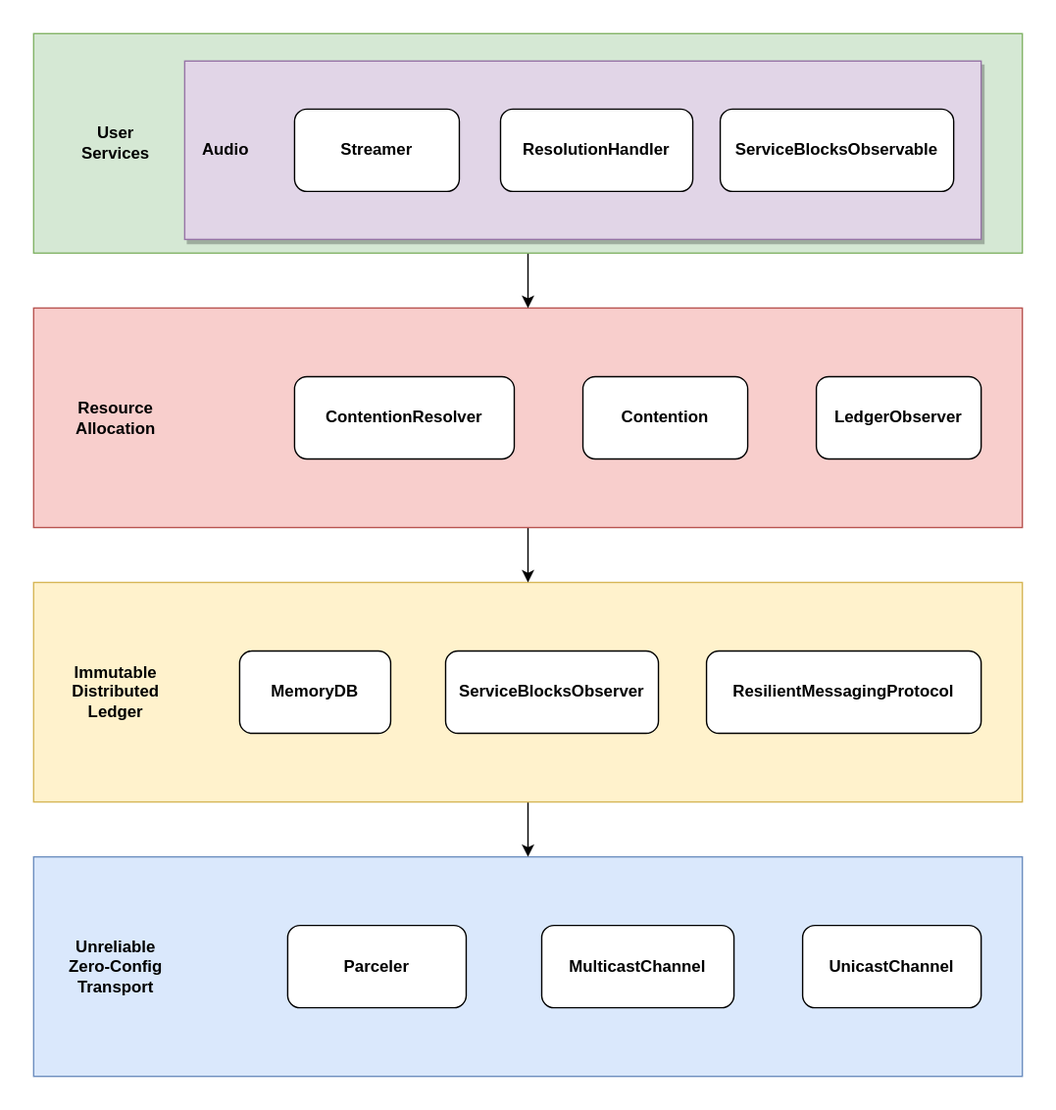
This is assets/architecture_highlevel.svg from Elvis10ten/pcas, a draw.io export, as it was before one commit. Source tidied: cells renumbered, new cells last; positions are measured from the earlier drawing's top-left corner, leaving out a move shared by most shapes. The source it was exported from:
```xml
<mxGraphModel>
  <root>
    <mxCell id="0" />
    <mxCell id="1" parent="0" />
    <mxCell id="2" style="rounded=0;whiteSpace=wrap;html=1;fillColor=#dae8fc;strokeColor=#6c8ebf;" parent="1" vertex="1">
      <mxGeometry y="600" width="720" height="160" as="geometry" />
    </mxCell>
    <mxCell id="3" style="edgeStyle=orthogonalEdgeStyle;rounded=0;jettySize=auto;html=1;entryX=0.5;entryY=0;entryDx=0;entryDy=0;" parent="1" edge="1" source="4" target="2">
      <mxGeometry relative="1" as="geometry" />
    </mxCell>
    <mxCell id="4" style="rounded=0;whiteSpace=wrap;html=1;fillColor=#fff2cc;strokeColor=#d6b656;" parent="1" vertex="1">
      <mxGeometry y="400" width="720" height="160" as="geometry" />
    </mxCell>
    <mxCell id="5" style="edgeStyle=orthogonalEdgeStyle;rounded=0;jettySize=auto;html=1;entryX=0.5;entryY=0;entryDx=0;entryDy=0;" parent="1" edge="1" source="6" target="4">
      <mxGeometry relative="1" as="geometry" />
    </mxCell>
    <mxCell id="6" style="rounded=0;whiteSpace=wrap;html=1;fillColor=#f8cecc;strokeColor=#b85450;" parent="1" vertex="1">
      <mxGeometry y="200" width="720" height="160" as="geometry" />
    </mxCell>
    <mxCell id="7" style="edgeStyle=orthogonalEdgeStyle;rounded=0;jettySize=auto;html=1;entryX=0.5;entryY=0;entryDx=0;entryDy=0;" parent="1" edge="1" source="8" target="6">
      <mxGeometry relative="1" as="geometry" />
    </mxCell>
    <mxCell id="8" style="rounded=0;whiteSpace=wrap;html=1;fillColor=#d5e8d4;strokeColor=#82b366;" parent="1" vertex="1">
      <mxGeometry width="720" height="160" as="geometry" />
    </mxCell>
    <mxCell id="9" value="&lt;b&gt;Unreliable Zero-Config Transport&lt;/b&gt;" style="text;html=1;strokeColor=none;fillColor=none;align=center;verticalAlign=middle;whiteSpace=wrap;rounded=0;" parent="1" vertex="1">
      <mxGeometry x="15" y="665" width="90" height="30" as="geometry" />
    </mxCell>
    <mxCell id="10" value="&lt;b&gt;MulticastChannel&lt;/b&gt;" style="rounded=1;whiteSpace=wrap;html=1;" parent="1" vertex="1">
      <mxGeometry x="370" y="650" width="140" height="60" as="geometry" />
    </mxCell>
    <mxCell id="11" value="&lt;b&gt;UnicastChannel&lt;/b&gt;" style="rounded=1;whiteSpace=wrap;html=1;" parent="1" vertex="1">
      <mxGeometry x="560" y="650" width="130" height="60" as="geometry" />
    </mxCell>
    <mxCell id="12" value="&lt;b&gt;Immutable Distributed Ledger&lt;/b&gt;" style="text;html=1;strokeColor=none;fillColor=none;align=center;verticalAlign=middle;whiteSpace=wrap;rounded=0;" parent="1" vertex="1">
      <mxGeometry x="10" y="470" width="100" height="20" as="geometry" />
    </mxCell>
    <mxCell id="13" value="&lt;b&gt;Resource Allocation&lt;/b&gt;" style="text;html=1;strokeColor=none;fillColor=none;align=center;verticalAlign=middle;whiteSpace=wrap;rounded=0;" parent="1" vertex="1">
      <mxGeometry x="5" y="270" width="110" height="20" as="geometry" />
    </mxCell>
    <mxCell id="14" value="&lt;b&gt;User Services&lt;/b&gt;" style="text;html=1;strokeColor=none;fillColor=none;align=center;verticalAlign=middle;whiteSpace=wrap;rounded=0;" parent="1" vertex="1">
      <mxGeometry x="20" y="70" width="80" height="20" as="geometry" />
    </mxCell>
    <mxCell id="15" value="&lt;b&gt;ResilientMessagingProtocol&lt;/b&gt;" style="rounded=1;whiteSpace=wrap;html=1;" parent="1" vertex="1">
      <mxGeometry x="490" y="450" width="200" height="60" as="geometry" />
    </mxCell>
    <mxCell id="16" value="&lt;b&gt;ServiceBlocksObserver&lt;/b&gt;" style="rounded=1;whiteSpace=wrap;html=1;" parent="1" vertex="1">
      <mxGeometry x="300" y="450" width="155" height="60" as="geometry" />
    </mxCell>
    <mxCell id="17" value="&lt;b&gt;MemoryDB&lt;/b&gt;" style="rounded=1;whiteSpace=wrap;html=1;" parent="1" vertex="1">
      <mxGeometry x="150" y="450" width="110" height="60" as="geometry" />
    </mxCell>
    <mxCell id="18" value="&lt;b&gt;Contention&lt;/b&gt;" style="rounded=1;whiteSpace=wrap;html=1;" parent="1" vertex="1">
      <mxGeometry x="400" y="250" width="120" height="60" as="geometry" />
    </mxCell>
    <mxCell id="19" value="&lt;b&gt;ContentionResolver&lt;/b&gt;" style="rounded=1;whiteSpace=wrap;html=1;" parent="1" vertex="1">
      <mxGeometry x="190" y="250" width="160" height="60" as="geometry" />
    </mxCell>
    <mxCell id="20" style="rounded=0;whiteSpace=wrap;html=1;fillColor=#e1d5e7;strokeColor=#9673a6;shadow=1;glass=0;sketch=0;" parent="1" vertex="1">
      <mxGeometry x="110" y="20" width="580" height="130" as="geometry" />
    </mxCell>
    <mxCell id="21" value="&lt;b&gt;Audio&lt;/b&gt;" style="text;html=1;strokeColor=none;fillColor=none;align=center;verticalAlign=middle;whiteSpace=wrap;rounded=0;" parent="1" vertex="1">
      <mxGeometry x="100" y="75" width="80" height="20" as="geometry" />
    </mxCell>
    <mxCell id="22" value="&lt;b&gt;ServiceBlocksObservable&lt;/b&gt;" style="rounded=1;whiteSpace=wrap;html=1;" parent="1" vertex="1">
      <mxGeometry x="500" y="55" width="170" height="60" as="geometry" />
    </mxCell>
    <mxCell id="23" value="&lt;b&gt;ResolutionHandler&lt;/b&gt;" style="rounded=1;whiteSpace=wrap;html=1;" parent="1" vertex="1">
      <mxGeometry x="340" y="55" width="140" height="60" as="geometry" />
    </mxCell>
    <mxCell id="24" value="&lt;b&gt;Parceler&lt;/b&gt;" style="rounded=1;whiteSpace=wrap;html=1;" parent="1" vertex="1">
      <mxGeometry x="185" y="650" width="130" height="60" as="geometry" />
    </mxCell>
    <mxCell id="25" value="&lt;b&gt;Streamer&lt;/b&gt;" style="rounded=1;whiteSpace=wrap;html=1;" parent="1" vertex="1">
      <mxGeometry x="190" y="55" width="120" height="60" as="geometry" />
    </mxCell>
    <mxCell id="26" value="&lt;b&gt;LedgerObserver&lt;/b&gt;" style="rounded=1;whiteSpace=wrap;html=1;" parent="1" vertex="1">
      <mxGeometry x="570" y="250" width="120" height="60" as="geometry" />
    </mxCell>
  </root>
</mxGraphModel>
```
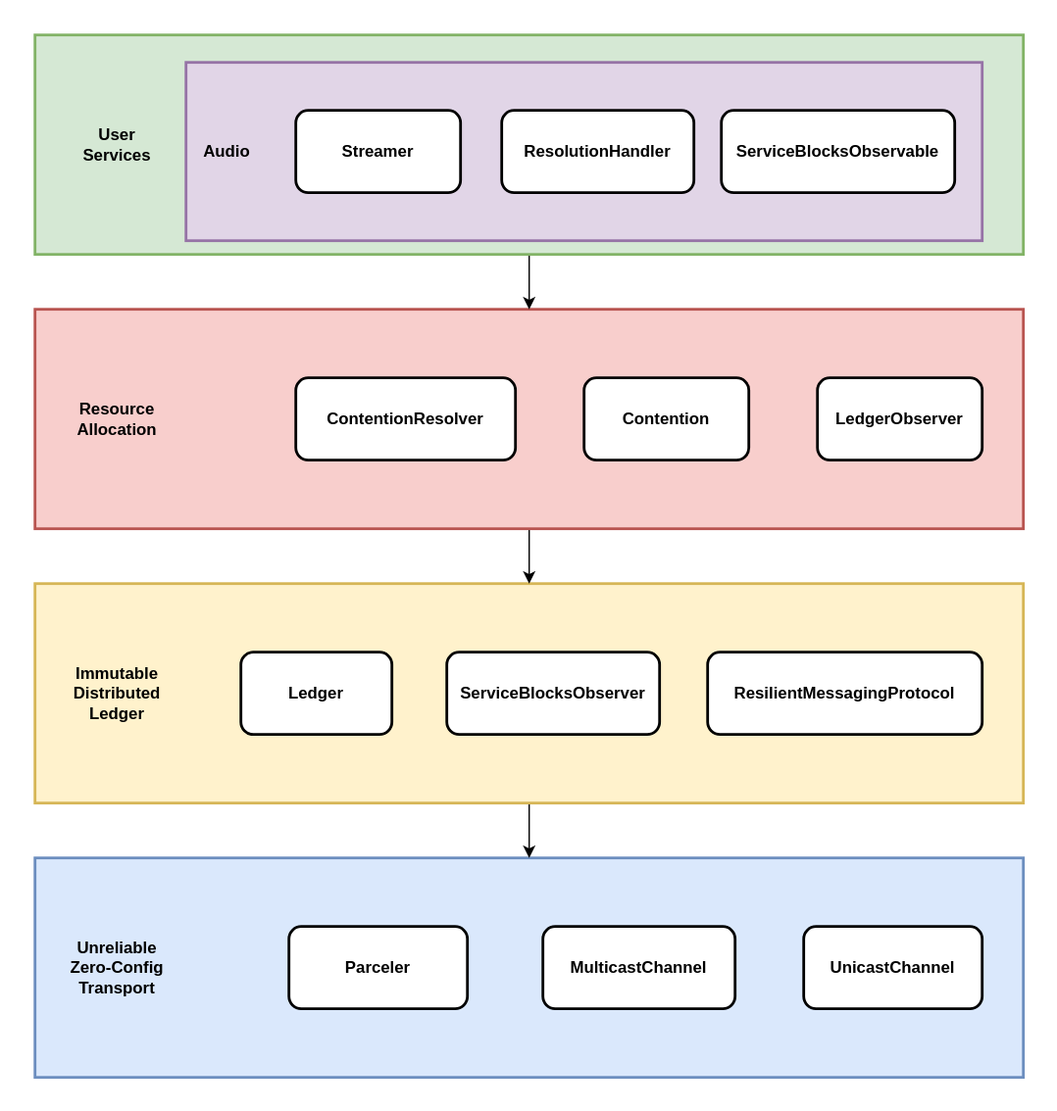
The same diagram one commit later.

Diff of the diagram source:
```diff
@@ -2,34 +2,34 @@
   <root>
     <mxCell id="0" />
     <mxCell id="1" parent="0" />
-    <mxCell id="2" style="rounded=0;whiteSpace=wrap;html=1;fillColor=#dae8fc;strokeColor=#6c8ebf;" parent="1" vertex="1">
+    <mxCell id="2" style="rounded=0;whiteSpace=wrap;html=1;fillColor=#dae8fc;strokeColor=#6c8ebf;strokeWidth=2;" parent="1" vertex="1">
       <mxGeometry y="600" width="720" height="160" as="geometry" />
     </mxCell>
     <mxCell id="3" style="edgeStyle=orthogonalEdgeStyle;rounded=0;jettySize=auto;html=1;entryX=0.5;entryY=0;entryDx=0;entryDy=0;" parent="1" edge="1" source="4" target="2">
       <mxGeometry relative="1" as="geometry" />
     </mxCell>
-    <mxCell id="4" style="rounded=0;whiteSpace=wrap;html=1;fillColor=#fff2cc;strokeColor=#d6b656;" parent="1" vertex="1">
+    <mxCell id="4" style="rounded=0;whiteSpace=wrap;html=1;fillColor=#fff2cc;strokeColor=#d6b656;strokeWidth=2;" parent="1" vertex="1">
       <mxGeometry y="400" width="720" height="160" as="geometry" />
     </mxCell>
     <mxCell id="5" style="edgeStyle=orthogonalEdgeStyle;rounded=0;jettySize=auto;html=1;entryX=0.5;entryY=0;entryDx=0;entryDy=0;" parent="1" edge="1" source="6" target="4">
       <mxGeometry relative="1" as="geometry" />
     </mxCell>
-    <mxCell id="6" style="rounded=0;whiteSpace=wrap;html=1;fillColor=#f8cecc;strokeColor=#b85450;" parent="1" vertex="1">
+    <mxCell id="6" style="rounded=0;whiteSpace=wrap;html=1;fillColor=#f8cecc;strokeColor=#b85450;strokeWidth=2;" parent="1" vertex="1">
       <mxGeometry y="200" width="720" height="160" as="geometry" />
     </mxCell>
     <mxCell id="7" style="edgeStyle=orthogonalEdgeStyle;rounded=0;jettySize=auto;html=1;entryX=0.5;entryY=0;entryDx=0;entryDy=0;" parent="1" edge="1" source="8" target="6">
       <mxGeometry relative="1" as="geometry" />
     </mxCell>
-    <mxCell id="8" style="rounded=0;whiteSpace=wrap;html=1;fillColor=#d5e8d4;strokeColor=#82b366;" parent="1" vertex="1">
+    <mxCell id="8" style="rounded=0;whiteSpace=wrap;html=1;fillColor=#d5e8d4;strokeColor=#82b366;strokeWidth=2;" parent="1" vertex="1">
       <mxGeometry width="720" height="160" as="geometry" />
     </mxCell>
     <mxCell id="9" value="&lt;b&gt;Unreliable Zero-Config Transport&lt;/b&gt;" style="text;html=1;strokeColor=none;fillColor=none;align=center;verticalAlign=middle;whiteSpace=wrap;rounded=0;" parent="1" vertex="1">
       <mxGeometry x="15" y="665" width="90" height="30" as="geometry" />
     </mxCell>
-    <mxCell id="10" value="&lt;b&gt;MulticastChannel&lt;/b&gt;" style="rounded=1;whiteSpace=wrap;html=1;" parent="1" vertex="1">
+    <mxCell id="10" value="&lt;b&gt;MulticastChannel&lt;/b&gt;" style="rounded=1;whiteSpace=wrap;html=1;strokeWidth=2;" parent="1" vertex="1">
       <mxGeometry x="370" y="650" width="140" height="60" as="geometry" />
     </mxCell>
-    <mxCell id="11" value="&lt;b&gt;UnicastChannel&lt;/b&gt;" style="rounded=1;whiteSpace=wrap;html=1;" parent="1" vertex="1">
+    <mxCell id="11" value="&lt;b&gt;UnicastChannel&lt;/b&gt;" style="rounded=1;whiteSpace=wrap;html=1;strokeWidth=2;" parent="1" vertex="1">
       <mxGeometry x="560" y="650" width="130" height="60" as="geometry" />
     </mxCell>
     <mxCell id="12" value="&lt;b&gt;Immutable Distributed Ledger&lt;/b&gt;" style="text;html=1;strokeColor=none;fillColor=none;align=center;verticalAlign=middle;whiteSpace=wrap;rounded=0;" parent="1" vertex="1">
@@ -41,40 +41,40 @@
     <mxCell id="14" value="&lt;b&gt;User Services&lt;/b&gt;" style="text;html=1;strokeColor=none;fillColor=none;align=center;verticalAlign=middle;whiteSpace=wrap;rounded=0;" parent="1" vertex="1">
       <mxGeometry x="20" y="70" width="80" height="20" as="geometry" />
     </mxCell>
-    <mxCell id="15" value="&lt;b&gt;ResilientMessagingProtocol&lt;/b&gt;" style="rounded=1;whiteSpace=wrap;html=1;" parent="1" vertex="1">
+    <mxCell id="15" value="&lt;b&gt;ResilientMessagingProtocol&lt;/b&gt;" style="rounded=1;whiteSpace=wrap;html=1;strokeWidth=2;" parent="1" vertex="1">
       <mxGeometry x="490" y="450" width="200" height="60" as="geometry" />
     </mxCell>
-    <mxCell id="16" value="&lt;b&gt;ServiceBlocksObserver&lt;/b&gt;" style="rounded=1;whiteSpace=wrap;html=1;" parent="1" vertex="1">
+    <mxCell id="16" value="&lt;b&gt;ServiceBlocksObserver&lt;/b&gt;" style="rounded=1;whiteSpace=wrap;html=1;strokeWidth=2;" parent="1" vertex="1">
       <mxGeometry x="300" y="450" width="155" height="60" as="geometry" />
     </mxCell>
-    <mxCell id="17" value="&lt;b&gt;MemoryDB&lt;/b&gt;" style="rounded=1;whiteSpace=wrap;html=1;" parent="1" vertex="1">
+    <mxCell id="17" value="&lt;b&gt;Ledger&lt;/b&gt;" style="rounded=1;whiteSpace=wrap;html=1;strokeWidth=2;" parent="1" vertex="1">
       <mxGeometry x="150" y="450" width="110" height="60" as="geometry" />
     </mxCell>
-    <mxCell id="18" value="&lt;b&gt;Contention&lt;/b&gt;" style="rounded=1;whiteSpace=wrap;html=1;" parent="1" vertex="1">
+    <mxCell id="18" value="&lt;b&gt;Contention&lt;/b&gt;" style="rounded=1;whiteSpace=wrap;html=1;strokeWidth=2;" parent="1" vertex="1">
       <mxGeometry x="400" y="250" width="120" height="60" as="geometry" />
     </mxCell>
-    <mxCell id="19" value="&lt;b&gt;ContentionResolver&lt;/b&gt;" style="rounded=1;whiteSpace=wrap;html=1;" parent="1" vertex="1">
+    <mxCell id="19" value="&lt;b&gt;ContentionResolver&lt;/b&gt;" style="rounded=1;whiteSpace=wrap;html=1;strokeWidth=2;" parent="1" vertex="1">
       <mxGeometry x="190" y="250" width="160" height="60" as="geometry" />
     </mxCell>
-    <mxCell id="20" style="rounded=0;whiteSpace=wrap;html=1;fillColor=#e1d5e7;strokeColor=#9673a6;shadow=1;glass=0;sketch=0;" parent="1" vertex="1">
+    <mxCell id="20" style="rounded=0;whiteSpace=wrap;html=1;fillColor=#e1d5e7;strokeColor=#9673a6;shadow=0;glass=0;sketch=0;strokeWidth=2;" parent="1" vertex="1">
       <mxGeometry x="110" y="20" width="580" height="130" as="geometry" />
     </mxCell>
     <mxCell id="21" value="&lt;b&gt;Audio&lt;/b&gt;" style="text;html=1;strokeColor=none;fillColor=none;align=center;verticalAlign=middle;whiteSpace=wrap;rounded=0;" parent="1" vertex="1">
       <mxGeometry x="100" y="75" width="80" height="20" as="geometry" />
     </mxCell>
-    <mxCell id="22" value="&lt;b&gt;ServiceBlocksObservable&lt;/b&gt;" style="rounded=1;whiteSpace=wrap;html=1;" parent="1" vertex="1">
+    <mxCell id="22" value="&lt;b&gt;ServiceBlocksObservable&lt;/b&gt;" style="rounded=1;whiteSpace=wrap;html=1;strokeWidth=2;" parent="1" vertex="1">
       <mxGeometry x="500" y="55" width="170" height="60" as="geometry" />
     </mxCell>
-    <mxCell id="23" value="&lt;b&gt;ResolutionHandler&lt;/b&gt;" style="rounded=1;whiteSpace=wrap;html=1;" parent="1" vertex="1">
+    <mxCell id="23" value="&lt;b&gt;ResolutionHandler&lt;/b&gt;" style="rounded=1;whiteSpace=wrap;html=1;strokeWidth=2;" parent="1" vertex="1">
       <mxGeometry x="340" y="55" width="140" height="60" as="geometry" />
     </mxCell>
-    <mxCell id="24" value="&lt;b&gt;Parceler&lt;/b&gt;" style="rounded=1;whiteSpace=wrap;html=1;" parent="1" vertex="1">
+    <mxCell id="24" value="&lt;b&gt;Parceler&lt;/b&gt;" style="rounded=1;whiteSpace=wrap;html=1;strokeWidth=2;" parent="1" vertex="1">
       <mxGeometry x="185" y="650" width="130" height="60" as="geometry" />
     </mxCell>
-    <mxCell id="25" value="&lt;b&gt;Streamer&lt;/b&gt;" style="rounded=1;whiteSpace=wrap;html=1;" parent="1" vertex="1">
+    <mxCell id="25" value="&lt;b&gt;Streamer&lt;/b&gt;" style="rounded=1;whiteSpace=wrap;html=1;strokeWidth=2;" parent="1" vertex="1">
       <mxGeometry x="190" y="55" width="120" height="60" as="geometry" />
     </mxCell>
-    <mxCell id="26" value="&lt;b&gt;LedgerObserver&lt;/b&gt;" style="rounded=1;whiteSpace=wrap;html=1;" parent="1" vertex="1">
+    <mxCell id="26" value="&lt;b&gt;LedgerObserver&lt;/b&gt;" style="rounded=1;whiteSpace=wrap;html=1;strokeWidth=2;" parent="1" vertex="1">
       <mxGeometry x="570" y="250" width="120" height="60" as="geometry" />
     </mxCell>
   </root>
```
